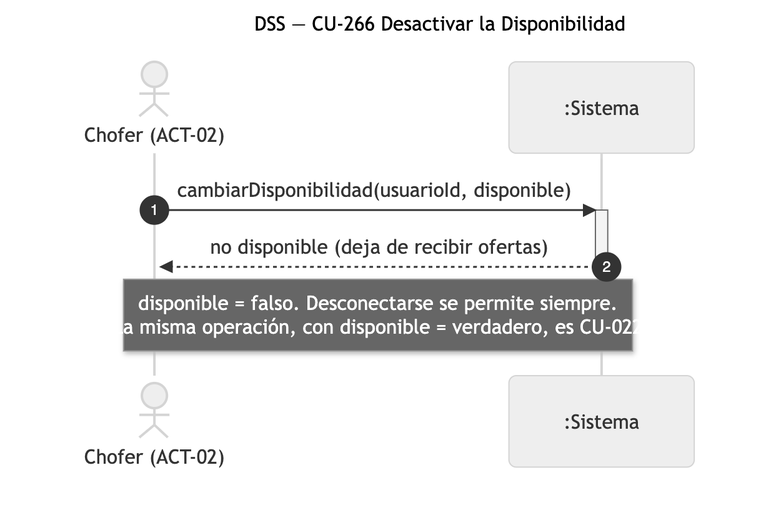
Nahuelito-Dev/splg-docs keeps this Mermaid diagram as diagramas/png/DSS_CU-266_Desactivar-la-Disponibilidad.png. Above is the earlier version. Its source is kept beside it as diagramas/DSS_CU-266_Desactivar-la-Disponibilidad.mmd.
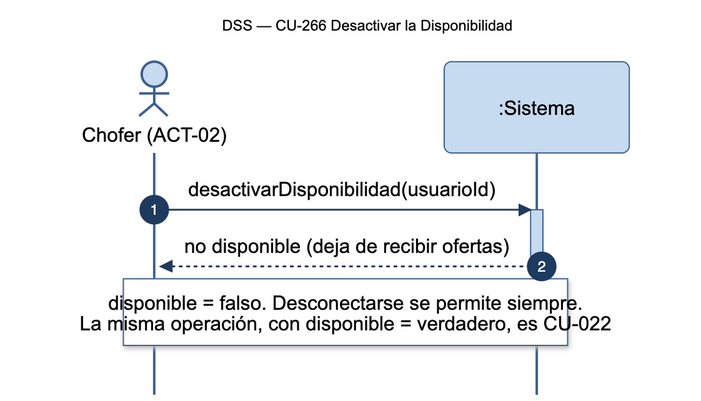
After the change.

What changed in the source:
```diff
@@ -4,7 +4,7 @@
     actor CHO as Chofer (ACT-02)
     participant SIS as :Sistema
 
-    CHO->>SIS: cambiarDisponibilidad(usuarioId, disponible)
+    CHO->>SIS: desactivarDisponibilidad(usuarioId)
     activate SIS
     SIS-->>CHO: no disponible (deja de recibir ofertas)
     deactivate SIS
```
